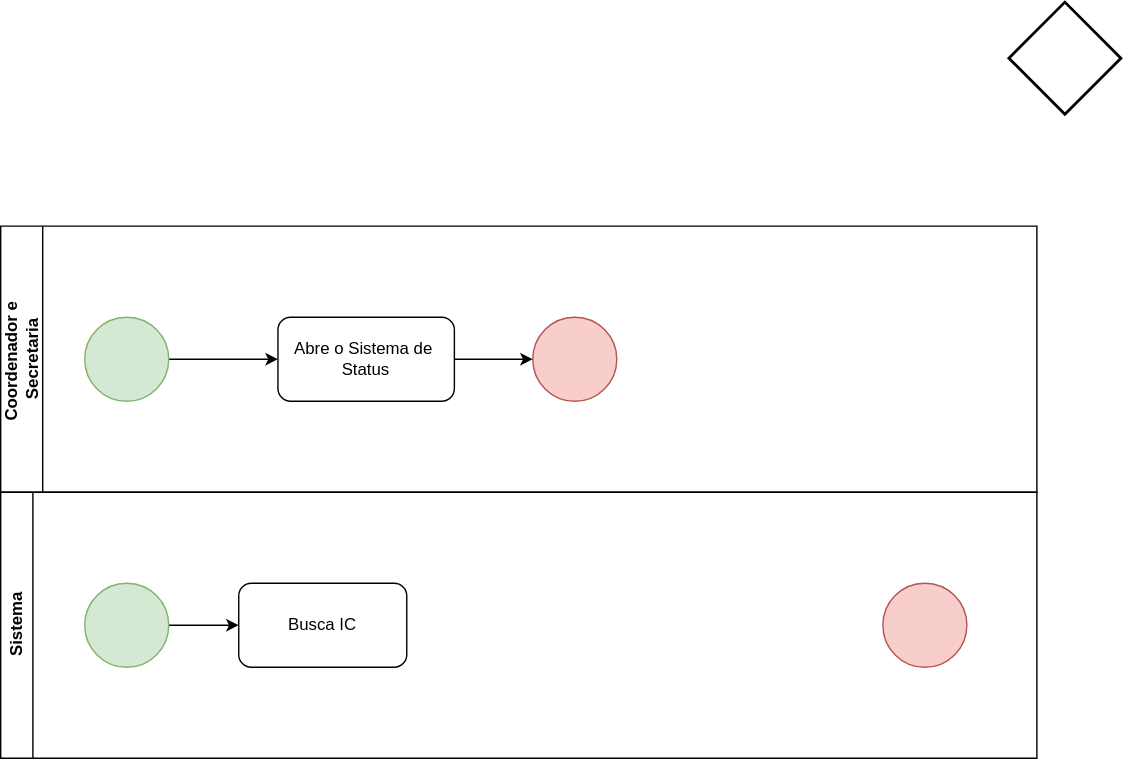
Above: ToBeStatus.drawio.svg in JesCat16/Automacao_IC_GestaoDeProjeto (draw.io), before the change. Source tidied: cells renumbered, new cells last; positions are measured from the earlier drawing's top-left corner, leaving out a move shared by most shapes.
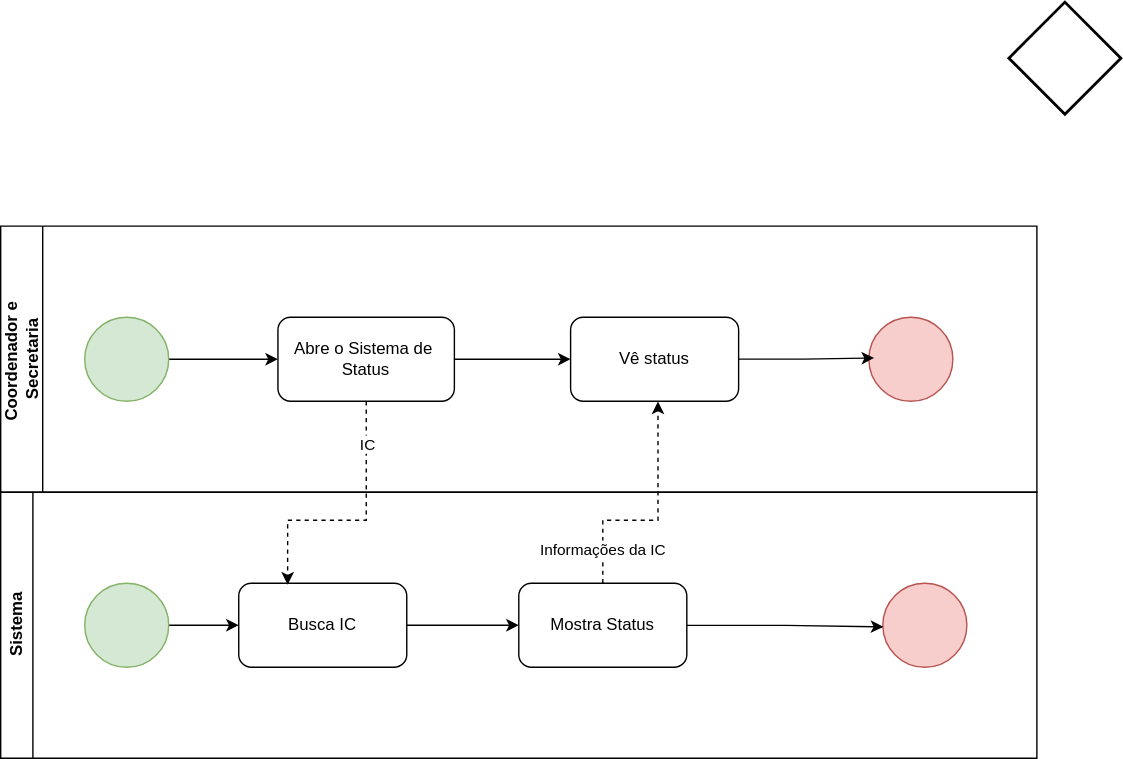
Above is the later version.

Change to the diagram source:
```diff
@@ -12,14 +12,20 @@
       <mxGeometry x="60" y="65" width="60" height="60" as="geometry" />
     </mxCell>
     <mxCell id="5" style="ellipse;whiteSpace=wrap;html=1;fillColor=#f8cecc;strokeColor=#b85450;" parent="2" vertex="1">
-      <mxGeometry x="380" y="65" width="60" height="60" as="geometry" />
+      <mxGeometry x="620" y="65" width="60" height="60" as="geometry" />
     </mxCell>
-    <mxCell id="6" style="edgeStyle=orthogonalEdgeStyle;rounded=0;jettySize=auto;html=1;" parent="2" edge="1" source="7" target="5">
-      <mxGeometry relative="1" as="geometry" />
-    </mxCell>
+    <mxCell id="14" style="edgeStyle=orthogonalEdgeStyle;rounded=0;jettySize=auto;html=1;" parent="2" edge="1" source="7" target="15">
+      <mxGeometry relative="1" as="geometry" />
+    </mxCell>
     <mxCell id="7" value="Abre o Sistema de&amp;nbsp;&lt;div&gt;Status&lt;/div&gt;" style="rounded=1;whiteSpace=wrap;html=1;" parent="2" vertex="1">
       <mxGeometry x="198" y="65" width="126" height="60" as="geometry" />
     </mxCell>
+    <mxCell id="15" value="Vê status" style="whiteSpace=wrap;html=1;rounded=1;" parent="2" vertex="1">
+      <mxGeometry x="407" y="65" width="120" height="60" as="geometry" />
+    </mxCell>
+    <mxCell id="16" style="edgeStyle=orthogonalEdgeStyle;rounded=0;jettySize=auto;html=1;entryX=0.063;entryY=0.485;entryDx=0;entryDy=0;entryPerimeter=0;" parent="2" edge="1" source="15" target="5">
+      <mxGeometry relative="1" as="geometry" />
+    </mxCell>
     <mxCell id="8" value="Sistema" style="swimlane;horizontal=0;whiteSpace=wrap;html=1;" parent="1" vertex="1">
       <mxGeometry y="350" width="740" height="190" as="geometry" />
     </mxCell>
@@ -32,11 +38,44 @@
     <mxCell id="11" style="ellipse;whiteSpace=wrap;html=1;fillColor=#f8cecc;strokeColor=#b85450;" parent="8" vertex="1">
       <mxGeometry x="630" y="65" width="60" height="60" as="geometry" />
     </mxCell>
+    <mxCell id="17" style="edgeStyle=orthogonalEdgeStyle;rounded=0;jettySize=auto;html=1;" parent="8" edge="1" source="12" target="18">
+      <mxGeometry relative="1" as="geometry" />
+    </mxCell>
     <mxCell id="12" value="Busca IC" style="rounded=1;whiteSpace=wrap;html=1;" parent="8" vertex="1">
       <mxGeometry x="170" y="65" width="120" height="60" as="geometry" />
     </mxCell>
+    <mxCell id="18" value="Mostra Status" style="rounded=1;whiteSpace=wrap;html=1;" parent="8" vertex="1">
+      <mxGeometry x="370" y="65" width="120" height="60" as="geometry" />
+    </mxCell>
+    <mxCell id="19" style="edgeStyle=orthogonalEdgeStyle;rounded=0;jettySize=auto;html=1;entryX=0.006;entryY=0.519;entryDx=0;entryDy=0;entryPerimeter=0;" parent="8" edge="1" source="18" target="11">
+      <mxGeometry relative="1" as="geometry" />
+    </mxCell>
     <mxCell id="13" style="strokeWidth=2;html=1;shape=mxgraph.flowchart.decision;whiteSpace=wrap;" parent="1" vertex="1">
       <mxGeometry x="720" width="80" height="80" as="geometry" />
     </mxCell>
+    <mxCell id="20" style="edgeStyle=orthogonalEdgeStyle;rounded=0;jettySize=auto;html=1;entryX=0.291;entryY=0.017;entryDx=0;entryDy=0;entryPerimeter=0;dashed=1;" parent="1" edge="1" source="7" target="12">
+      <mxGeometry relative="1" as="geometry">
+        <Array as="points">
+          <mxPoint x="261" y="370" />
+          <mxPoint x="205" y="370" />
+        </Array>
+      </mxGeometry>
+    </mxCell>
+    <mxCell id="21" value="IC" style="edgeLabel;html=1;align=center;verticalAlign=middle;" parent="20" vertex="1">
+      <mxGeometry x="-0.68" relative="1" as="geometry" />
+    </mxCell>
+    <mxCell id="22" style="edgeStyle=orthogonalEdgeStyle;rounded=0;jettySize=auto;html=1;entryX=0.52;entryY=1.003;entryDx=0;entryDy=0;entryPerimeter=0;dashed=1;" parent="1" edge="1" source="18" target="15">
+      <mxGeometry relative="1" as="geometry">
+        <Array as="points">
+          <mxPoint x="430" y="370" />
+          <mxPoint x="469" y="370" />
+        </Array>
+      </mxGeometry>
+    </mxCell>
+    <mxCell id="23" value="Informações da IC" style="edgeLabel;html=1;align=center;verticalAlign=middle;" parent="22" vertex="1">
+      <mxGeometry x="-0.24" y="-1" relative="1" as="geometry">
+        <mxPoint x="-20" y="19" as="offset" />
+      </mxGeometry>
+    </mxCell>
   </root>
 </mxGraphModel>
```
